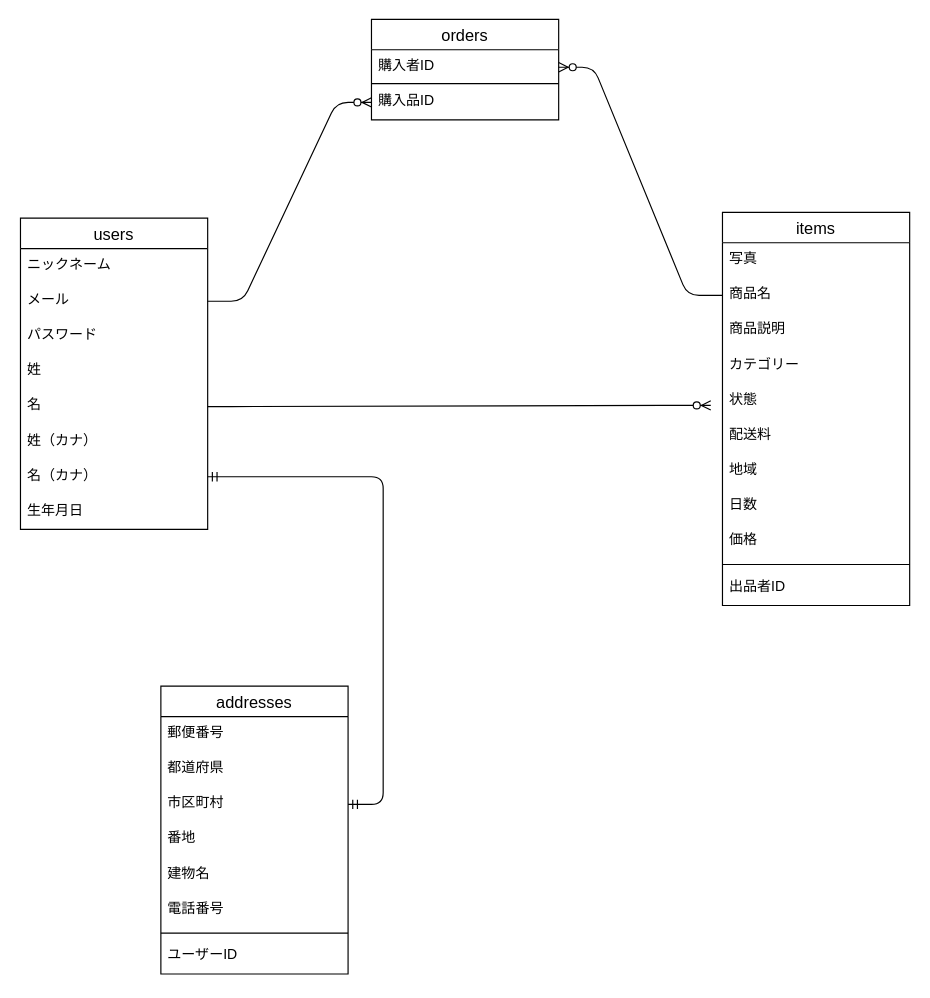
Above: er.dio in hara0510/furima-39494 (draw.io), before the change. Source tidied: cells renumbered, new cells numbered last; positions are measured from the earlier drawing's top-left corner, leaving out a move shared by most shapes. Both pictures are drawn from the tidied source at 117%, with x=0, y=0 at pixel (20, 19).
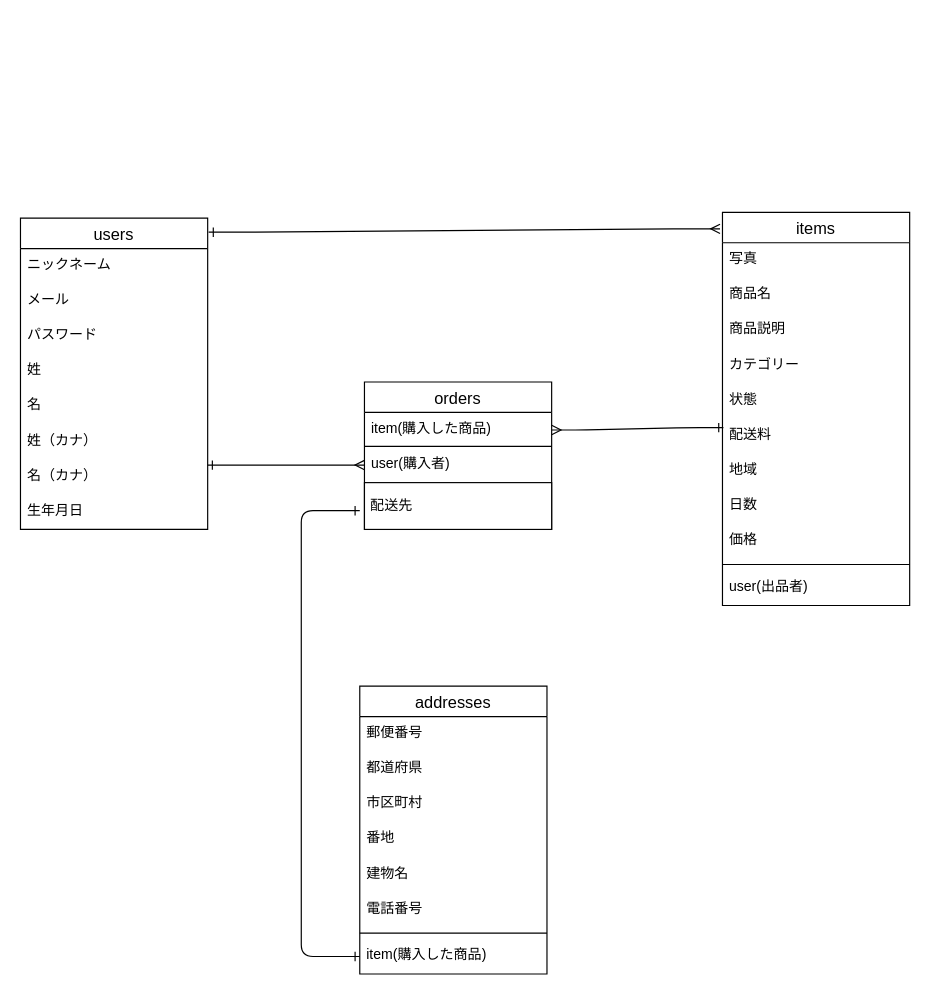
Above is the later version.

The change refers to these unchanged cells:
```xml
<mxCell id="2" value="users" style="swimlane;fontStyle=0;horizontal=1;startSize=26;align=center;fontSize=14;" parent="1" vertex="1">
  <mxGeometry y="170" width="160" height="266" as="geometry" />
</mxCell>
<mxCell id="4" value="メール" style="text;strokeColor=none;fillColor=none;spacingLeft=4;spacingRight=4;overflow=hidden;points=[[0,0.5],[1,0.5]];portConstraint=eastwest;fontSize=12;" parent="2" vertex="1">
  <mxGeometry y="56" width="160" height="30" as="geometry" />
</mxCell>
<mxCell id="7" value="名" style="text;strokeColor=none;fillColor=none;spacingLeft=4;spacingRight=4;overflow=hidden;points=[[0,0.5],[1,0.5]];portConstraint=eastwest;fontSize=12;" parent="2" vertex="1">
  <mxGeometry y="146" width="160" height="30" as="geometry" />
</mxCell>
<mxCell id="9" value="名（カナ）" style="text;strokeColor=none;fillColor=none;spacingLeft=4;spacingRight=4;overflow=hidden;points=[[0,0.5],[1,0.5]];portConstraint=eastwest;fontSize=12;" parent="2" vertex="1">
  <mxGeometry y="206" width="160" height="30" as="geometry" />
</mxCell>
<mxCell id="11" value="items" style="swimlane;fontStyle=0;horizontal=1;startSize=26;align=center;fontSize=14;" parent="1" vertex="1">
  <mxGeometry x="600" y="165" width="160" height="336" as="geometry" />
</mxCell>
<mxCell id="13" value="商品名" style="text;strokeColor=none;fillColor=none;spacingLeft=4;spacingRight=4;overflow=hidden;points=[[0,0.5],[1,0.5]];portConstraint=eastwest;fontSize=12;" parent="11" vertex="1">
  <mxGeometry y="56" width="160" height="30" as="geometry" />
</mxCell>
<mxCell id="17" value="配送料" style="text;strokeColor=none;fillColor=none;spacingLeft=4;spacingRight=4;overflow=hidden;points=[[0,0.5],[1,0.5]];portConstraint=eastwest;fontSize=12;" parent="11" vertex="1">
  <mxGeometry y="176" width="160" height="30" as="geometry" />
</mxCell>
<mxCell id="30" value="市区町村" style="text;strokeColor=none;fillColor=none;spacingLeft=4;spacingRight=4;overflow=hidden;points=[[0,0.5],[1,0.5]];portConstraint=eastwest;fontSize=12;" parent="27" vertex="1">
  <mxGeometry y="86" width="160" height="30" as="geometry" />
</mxCell>
```

Change to the diagram source:
```diff
@@
-    <mxCell id="22" value="出品者ID" style="text;strokeColor=none;fillColor=none;spacingLeft=4;spacingRight=4;overflow=hidden;fontSize=12;" parent="11" vertex="1">
+    <mxCell id="22" value="user(出品者)" style="text;strokeColor=none;fillColor=none;spacingLeft=4;spacingRight=4;overflow=hidden;fontSize=12;" parent="11" vertex="1">
       <mxGeometry y="306" width="160" height="30" as="geometry" />
     </mxCell>
     <mxCell id="23" value="orders" style="swimlane;fontStyle=0;horizontal=1;startSize=26;align=center;fontSize=14;" parent="1" vertex="1">
-      <mxGeometry x="300" width="160" height="86" as="geometry" />
+      <mxGeometry x="294" y="310" width="160" height="126" as="geometry" />
     </mxCell>
-    <mxCell id="24" value="購入者ID" style="text;strokeColor=none;fillColor=none;spacingLeft=4;spacingRight=4;overflow=hidden;points=[[0,0.5],[1,0.5]];portConstraint=eastwest;fontSize=12;" parent="23" vertex="1">
+    <mxCell id="24" value="item(購入した商品)" style="text;strokeColor=none;fillColor=none;spacingLeft=4;spacingRight=4;overflow=hidden;points=[[0,0.5],[1,0.5]];portConstraint=eastwest;fontSize=12;" parent="23" vertex="1">
       <mxGeometry y="26" width="160" height="30" as="geometry" />
     </mxCell>
@@
-    <mxCell id="26" value="購入品ID" style="text;strokeColor=none;fillColor=none;spacingLeft=4;spacingRight=4;overflow=hidden;points=[[0,0.5],[1,0.5]];portConstraint=eastwest;fontSize=12;" parent="23" vertex="1">
+    <mxCell id="26" value="user(購入者)" style="text;strokeColor=none;fillColor=none;spacingLeft=4;spacingRight=4;overflow=hidden;points=[[0,0.5],[1,0.5]];portConstraint=eastwest;fontSize=12;" parent="23" vertex="1">
       <mxGeometry y="56" width="160" height="30" as="geometry" />
     </mxCell>
+    <mxCell id="40" value="&amp;nbsp;配送先" style="whiteSpace=wrap;html=1;align=left;" parent="23" vertex="1">
+      <mxGeometry y="86" width="160" height="40" as="geometry" />
+    </mxCell>
     <mxCell id="27" value="addresses" style="swimlane;fontStyle=0;horizontal=1;startSize=26;align=center;fontSize=14;" parent="1" vertex="1">
-      <mxGeometry x="120" y="570" width="160" height="246" as="geometry" />
+      <mxGeometry x="290" y="570" width="160" height="246" as="geometry" />
     </mxCell>
@@
-    <mxCell id="35" value="ユーザーID" style="text;strokeColor=none;fillColor=none;spacingLeft=4;spacingRight=4;overflow=hidden;points=[[0,0.5],[1,0.5]];portConstraint=eastwest;fontSize=12;" parent="27" vertex="1">
+    <mxCell id="35" value="item(購入した商品)" style="text;strokeColor=none;fillColor=none;spacingLeft=4;spacingRight=4;overflow=hidden;points=[[0,0.5],[1,0.5]];portConstraint=eastwest;fontSize=12;" parent="27" vertex="1">
       <mxGeometry y="216" width="160" height="30" as="geometry" />
     </mxCell>
-    <mxCell id="36" style="edgeStyle=entityRelationEdgeStyle;fontSize=12;html=1;endArrow=ERzeroToMany;endFill=1;exitX=1;exitY=0.5;exitDx=0;exitDy=0;" parent="1" edge="1" source="7">
-      <mxGeometry relative="1" as="geometry">
-        <mxPoint x="590" y="330" as="targetPoint" />
-      </mxGeometry>
+    <mxCell id="36" style="edgeStyle=entityRelationEdgeStyle;fontSize=12;html=1;endArrow=ERmany;endFill=0;exitX=1.005;exitY=0.045;exitDx=0;exitDy=0;startArrow=ERone;startFill=0;exitPerimeter=0;entryX=-0.013;entryY=0.042;entryDx=0;entryDy=0;entryPerimeter=0;" parent="1" edge="1" source="2" target="11">
+      <mxGeometry relative="1" as="geometry" />
     </mxCell>
-    <mxCell id="37" style="edgeStyle=entityRelationEdgeStyle;fontSize=12;html=1;endArrow=ERzeroToMany;endFill=1;exitX=1;exitY=0.5;exitDx=0;exitDy=0;entryX=0;entryY=0.5;entryDx=0;entryDy=0;" parent="1" edge="1" source="4" target="26">
-      <mxGeometry relative="1" as="geometry" />
+    <mxCell id="37" style="edgeStyle=entityRelationEdgeStyle;fontSize=12;html=1;endArrow=ERmany;endFill=0;entryX=0;entryY=0.5;entryDx=0;entryDy=0;startArrow=ERone;startFill=0;" parent="1" edge="1" target="26">
+      <mxGeometry relative="1" as="geometry">
+        <mxPoint x="160" y="381" as="sourcePoint" />
+      </mxGeometry>
     </mxCell>
-    <mxCell id="38" style="edgeStyle=entityRelationEdgeStyle;fontSize=12;html=1;endArrow=ERzeroToMany;endFill=1;exitX=0;exitY=0.5;exitDx=0;exitDy=0;entryX=1;entryY=0.5;entryDx=0;entryDy=0;" parent="1" edge="1" source="13" target="24">
+    <mxCell id="38" style="edgeStyle=entityRelationEdgeStyle;fontSize=12;html=1;endArrow=ERmany;endFill=0;exitX=0.005;exitY=0.265;exitDx=0;exitDy=0;entryX=1;entryY=0.5;entryDx=0;entryDy=0;exitPerimeter=0;startArrow=ERone;startFill=0;" parent="1" edge="1" source="17" target="24">
       <mxGeometry relative="1" as="geometry" />
     </mxCell>
-    <mxCell id="39" style="edgeStyle=entityRelationEdgeStyle;fontSize=12;html=1;endArrow=ERmandOne;startArrow=ERmandOne;entryX=1;entryY=0.5;entryDx=0;entryDy=0;" parent="1" edge="1" source="30" target="9">
-      <mxGeometry relative="1" as="geometry" />
-    </mxCell>
+    <mxCell id="41" style="edgeStyle=orthogonalEdgeStyle;fontSize=12;html=1;endArrow=ERone;startArrow=ERone;exitX=0;exitY=0.5;exitDx=0;exitDy=0;startFill=0;endFill=0;" parent="1" edge="1" source="35">
+      <mxGeometry relative="1" as="geometry">
+        <mxPoint x="290" y="420" as="targetPoint" />
+        <Array as="points">
+          <mxPoint x="240" y="801" />
+          <mxPoint x="240" y="420" />
+        </Array>
+      </mxGeometry>
+    </mxCell>
```
